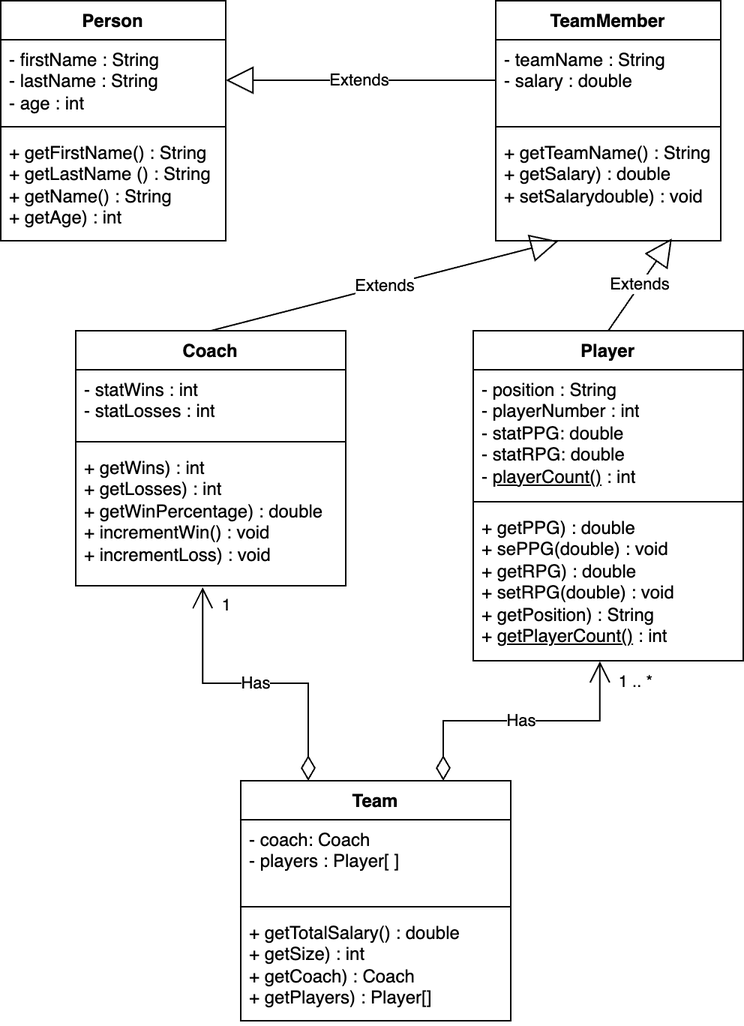
Above: images/uml-02.png in davecheng-tech/Random-Notes (draw.io), before the change. Source tidied: cells renumbered, new cells last; positions are measured from the earlier drawing's top-left corner, leaving out a move shared by most shapes.
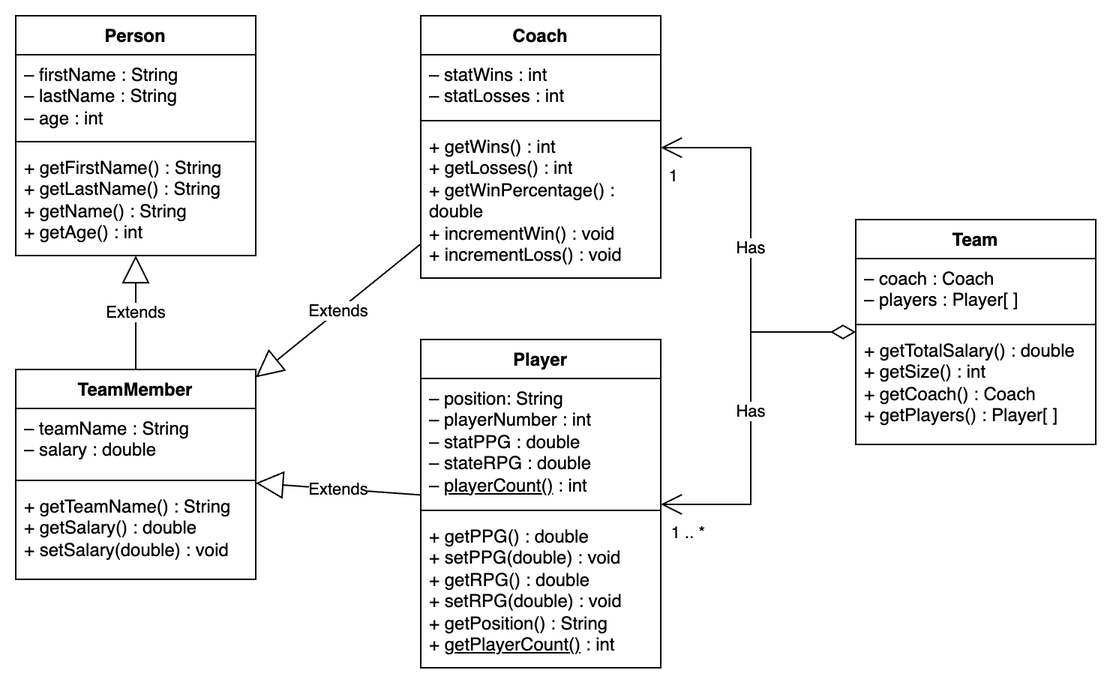
The same diagram one commit later.

Commit message:
Updated example UML diagrams

What changed in the source:
```diff
@@ -1,91 +1,101 @@
 <mxGraphModel>
   <root>
-    <mxCell id="0" />
-    <mxCell id="1" parent="0" />
+    <mxCell id="29" />
+    <mxCell id="30" parent="29" />
-    <mxCell id="2" value="Person" style="swimlane;fontStyle=1;align=center;verticalAlign=top;horizontal=1;startSize=26;whiteSpace=wrap;html=1;" parent="1" vertex="1">
-      <mxGeometry width="150" height="160" as="geometry" />
+    <mxCell id="2" value="Person" style="swimlane;fontStyle=1;align=center;verticalAlign=top;horizontal=1;startSize=26;whiteSpace=wrap;html=1;" parent="30" vertex="1">
+      <mxGeometry x="20" y="80" width="160" height="160" as="geometry" />
     </mxCell>
-    <mxCell id="3" value="&lt;div&gt;- firstName : String&lt;/div&gt;&lt;div&gt;- lastName : String&lt;/div&gt;&lt;div&gt;- age : int&lt;/div&gt;" style="text;strokeColor=none;fillColor=none;align=left;verticalAlign=top;spacingLeft=4;spacingRight=4;overflow=hidden;points=[[0,0.5],[1,0.5]];portConstraint=eastwest;whiteSpace=wrap;html=1;" parent="2" vertex="1">
-      <mxGeometry y="26" width="150" height="54" as="geometry" />
-    </mxCell>
-    <mxCell id="4" style="line;strokeWidth=1;fillColor=none;align=left;verticalAlign=middle;spacingTop=-1;spacingLeft=3;spacingRight=3;labelPosition=right;strokeColor=inherit;" parent="2" vertex="1">
-      <mxGeometry y="80" width="150" height="8" as="geometry" />
-    </mxCell>
-    <mxCell id="5" value="&lt;div&gt;&lt;span style=&quot;background-color: initial;&quot;&gt;+ getFirstName() : String&amp;nbsp;&lt;/span&gt;&lt;/div&gt;&lt;div&gt;&lt;span style=&quot;background-color: initial;&quot;&gt;+ getLastName () : String&amp;nbsp;&lt;/span&gt;&lt;/div&gt;&lt;div&gt;&lt;span style=&quot;background-color: initial;&quot;&gt;+ getName() : String&amp;nbsp;&lt;/span&gt;&lt;/div&gt;&lt;div&gt;&lt;span style=&quot;background-color: initial;&quot;&gt;+ getAge) : int&lt;/span&gt;&lt;/div&gt;" style="text;strokeColor=none;fillColor=none;align=left;verticalAlign=top;spacingLeft=4;spacingRight=4;overflow=hidden;whiteSpace=wrap;html=1;" parent="2" vertex="1">
-      <mxGeometry y="88" width="150" height="72" as="geometry" />
-    </mxCell>
+    <mxCell id="31" value="– firstName : String&lt;div&gt;– lastName : String&lt;/div&gt;&lt;div&gt;– age : int&lt;/div&gt;" style="text;strokeColor=none;fillColor=none;align=left;verticalAlign=top;spacingLeft=4;spacingRight=4;overflow=hidden;whiteSpace=wrap;html=1;" parent="2" vertex="1">
+      <mxGeometry y="26" width="160" height="54" as="geometry" />
+    </mxCell>
+    <mxCell id="32" style="line;strokeWidth=1;fillColor=none;align=left;verticalAlign=middle;spacingTop=-1;spacingLeft=3;spacingRight=3;labelPosition=right;strokeColor=inherit;" parent="2" vertex="1">
+      <mxGeometry y="80" width="160" height="8" as="geometry" />
+    </mxCell>
+    <mxCell id="33" value="+ getFirstName() : String&lt;div&gt;+ getLastName() : String&lt;/div&gt;&lt;div&gt;+ getName() : String&lt;/div&gt;&lt;div&gt;+ getAge() : int&lt;/div&gt;" style="text;strokeColor=none;fillColor=none;align=left;verticalAlign=top;spacingLeft=4;spacingRight=4;overflow=hidden;points=[[0,0.5],[1,0.5]];portConstraint=eastwest;whiteSpace=wrap;html=1;" parent="2" vertex="1">
+      <mxGeometry y="88" width="160" height="72" as="geometry" />
+    </mxCell>
-    <mxCell id="6" value="TeamMember" style="swimlane;fontStyle=1;align=center;verticalAlign=top;horizontal=1;startSize=26;whiteSpace=wrap;html=1;" parent="1" vertex="1">
-      <mxGeometry x="330" width="150" height="160" as="geometry" />
+    <mxCell id="6" value="TeamMember" style="swimlane;fontStyle=1;align=center;verticalAlign=top;horizontal=1;startSize=26;whiteSpace=wrap;html=1;" parent="30" vertex="1">
+      <mxGeometry x="20" y="316" width="160" height="140" as="geometry" />
     </mxCell>
-    <mxCell id="7" value="&lt;div&gt;- teamName : String&lt;/div&gt;&lt;div&gt;- salary : double&lt;/div&gt;" style="text;strokeColor=none;fillColor=none;align=left;verticalAlign=top;spacingLeft=4;spacingRight=4;overflow=hidden;points=[[0,0.5],[1,0.5]];portConstraint=eastwest;whiteSpace=wrap;html=1;" parent="6" vertex="1">
-      <mxGeometry y="26" width="150" height="54" as="geometry" />
-    </mxCell>
-    <mxCell id="8" style="line;strokeWidth=1;fillColor=none;align=left;verticalAlign=middle;spacingTop=-1;spacingLeft=3;spacingRight=3;labelPosition=right;strokeColor=inherit;" parent="6" vertex="1">
-      <mxGeometry y="80" width="150" height="8" as="geometry" />
-    </mxCell>
-    <mxCell id="9" value="+ getTeamName() : String&lt;div&gt;+ getSalary) : double&amp;nbsp;&lt;div&gt;+ setSalarydouble) : void&lt;/div&gt;&lt;/div&gt;" style="text;strokeColor=none;fillColor=none;align=left;verticalAlign=top;spacingLeft=4;spacingRight=4;overflow=hidden;points=[[0,0.5],[1,0.5]];portConstraint=eastwest;whiteSpace=wrap;html=1;" parent="6" vertex="1">
-      <mxGeometry y="88" width="150" height="72" as="geometry" />
-    </mxCell>
+    <mxCell id="34" value="– teamName : String&lt;div&gt;– salary : double&lt;/div&gt;" style="text;strokeColor=none;fillColor=none;align=left;verticalAlign=top;spacingLeft=4;spacingRight=4;overflow=hidden;whiteSpace=wrap;html=1;" parent="6" vertex="1">
+      <mxGeometry y="26" width="160" height="44" as="geometry" />
+    </mxCell>
+    <mxCell id="35" style="line;strokeWidth=1;fillColor=none;align=left;verticalAlign=middle;spacingTop=-1;spacingLeft=3;spacingRight=3;labelPosition=right;strokeColor=inherit;" parent="6" vertex="1">
+      <mxGeometry y="70" width="160" height="8" as="geometry" />
+    </mxCell>
+    <mxCell id="36" value="+ getTeamName() : String&lt;div&gt;+ getSalary() : double&lt;/div&gt;&lt;div&gt;+ setSalary(double) : void&lt;/div&gt;" style="text;strokeColor=none;fillColor=none;align=left;verticalAlign=top;spacingLeft=4;spacingRight=4;overflow=hidden;whiteSpace=wrap;html=1;" parent="6" vertex="1">
+      <mxGeometry y="78" width="160" height="62" as="geometry" />
+    </mxCell>
-    <mxCell id="10" value="Coach" style="swimlane;fontStyle=1;align=center;verticalAlign=top;horizontal=1;startSize=26;whiteSpace=wrap;html=1;" parent="1" vertex="1">
-      <mxGeometry x="50" y="220" width="180" height="170" as="geometry" />
+    <mxCell id="10" value="Coach" style="swimlane;fontStyle=1;align=center;verticalAlign=top;horizontal=1;startSize=26;whiteSpace=wrap;html=1;" parent="30" vertex="1">
+      <mxGeometry x="290" y="80" width="160" height="175" as="geometry" />
     </mxCell>
-    <mxCell id="11" value="&lt;div&gt;- statWins : int&lt;/div&gt;&lt;div&gt;- statLosses : int&lt;/div&gt;" style="text;strokeColor=none;fillColor=none;align=left;verticalAlign=top;spacingLeft=4;spacingRight=4;overflow=hidden;whiteSpace=wrap;html=1;" parent="10" vertex="1">
-      <mxGeometry y="26" width="180" height="44" as="geometry" />
-    </mxCell>
-    <mxCell id="12" style="line;strokeWidth=1;fillColor=none;align=left;verticalAlign=middle;spacingTop=-1;spacingLeft=3;spacingRight=3;labelPosition=right;strokeColor=inherit;" parent="10" vertex="1">
-      <mxGeometry y="70" width="180" height="8" as="geometry" />
-    </mxCell>
-    <mxCell id="13" value="+ getWins) : int&amp;nbsp;&lt;div&gt;+ getLosses) : int&amp;nbsp;&lt;/div&gt;&lt;div&gt;+ getWinPercentage) : double&amp;nbsp;&lt;/div&gt;&lt;div&gt;+ incrementWin() : void&amp;nbsp;&lt;/div&gt;&lt;div&gt;+ incrementLoss) : void&lt;/div&gt;" style="text;strokeColor=none;fillColor=none;align=left;verticalAlign=top;spacingLeft=4;spacingRight=4;overflow=hidden;points=[[0,0.5],[1,0.5]];portConstraint=eastwest;whiteSpace=wrap;html=1;" parent="10" vertex="1">
-      <mxGeometry y="78" width="180" height="92" as="geometry" />
-    </mxCell>
+    <mxCell id="37" value="– statWins : int&lt;div&gt;– statLosses : int&lt;/div&gt;" style="text;strokeColor=none;fillColor=none;align=left;verticalAlign=top;spacingLeft=4;spacingRight=4;overflow=hidden;whiteSpace=wrap;html=1;" parent="10" vertex="1">
+      <mxGeometry y="26" width="160" height="40" as="geometry" />
+    </mxCell>
+    <mxCell id="38" style="line;strokeWidth=1;fillColor=none;align=left;verticalAlign=middle;spacingTop=-1;spacingLeft=3;spacingRight=3;labelPosition=right;strokeColor=inherit;" parent="10" vertex="1">
+      <mxGeometry y="66" width="160" height="8" as="geometry" />
+    </mxCell>
+    <mxCell id="39" value="+ getWins() : int&lt;div&gt;+ getLosses() : int&lt;/div&gt;&lt;div&gt;+ getWinPercentage() : double&lt;/div&gt;&lt;div&gt;+ incrementWin() : void&lt;/div&gt;&lt;div&gt;+ incrementLoss() : void&lt;/div&gt;" style="text;strokeColor=none;fillColor=none;align=left;verticalAlign=top;spacingLeft=4;spacingRight=4;overflow=hidden;whiteSpace=wrap;html=1;" parent="10" vertex="1">
+      <mxGeometry y="74" width="160" height="101" as="geometry" />
+    </mxCell>
-    <mxCell id="14" value="Player" style="swimlane;fontStyle=1;align=center;verticalAlign=top;horizontal=1;startSize=26;whiteSpace=wrap;html=1;" parent="1" vertex="1">
-      <mxGeometry x="315" y="220" width="180" height="220" as="geometry" />
+    <mxCell id="14" value="Player" style="swimlane;fontStyle=1;align=center;verticalAlign=top;horizontal=1;startSize=26;whiteSpace=wrap;html=1;" parent="30" vertex="1">
+      <mxGeometry x="290" y="296" width="160" height="219" as="geometry" />
     </mxCell>
-    <mxCell id="15" value="&lt;div&gt;- position : String&lt;/div&gt;&lt;div&gt;- playerNumber : int&lt;/div&gt;&lt;div&gt;- statPPG: double&lt;/div&gt;&lt;div&gt;- statRPG: double&lt;/div&gt;&lt;div&gt;- &lt;u&gt;playerCount()&lt;/u&gt; : int&lt;/div&gt;" style="text;strokeColor=none;fillColor=none;align=left;verticalAlign=top;spacingLeft=4;spacingRight=4;overflow=hidden;whiteSpace=wrap;html=1;" parent="14" vertex="1">
-      <mxGeometry y="26" width="180" height="84" as="geometry" />
-    </mxCell>
-    <mxCell id="16" style="line;strokeWidth=1;fillColor=none;align=left;verticalAlign=middle;spacingTop=-1;spacingLeft=3;spacingRight=3;labelPosition=right;strokeColor=inherit;" parent="14" vertex="1">
-      <mxGeometry y="110" width="180" height="8" as="geometry" />
-    </mxCell>
-    <mxCell id="17" value="&lt;div&gt;+ getPPG) : double&amp;nbsp;&lt;/div&gt;&lt;div&gt;+ sePPG(double) : void&lt;/div&gt;&lt;div&gt;&lt;span style=&quot;background-color: initial;&quot;&gt;+ getRPG) : double&amp;nbsp;&lt;/span&gt;&lt;/div&gt;&lt;div&gt;&lt;span style=&quot;background-color: initial;&quot;&gt;+ setRPG(double) : void&amp;nbsp;&lt;/span&gt;&lt;/div&gt;&lt;div&gt;&lt;span style=&quot;background-color: initial;&quot;&gt;+ getPosition) : String&lt;/span&gt;&lt;/div&gt;&lt;div&gt;&lt;span style=&quot;background-color: initial;&quot;&gt;+ &lt;u&gt;getPlayerCount()&lt;/u&gt; : int&lt;/span&gt;&lt;/div&gt;" style="text;strokeColor=none;fillColor=none;align=left;verticalAlign=top;spacingLeft=4;spacingRight=4;overflow=hidden;points=[[0,0.5],[1,0.5]];portConstraint=eastwest;whiteSpace=wrap;html=1;" parent="14" vertex="1">
-      <mxGeometry y="118" width="180" height="102" as="geometry" />
-    </mxCell>
+    <mxCell id="40" value="– position: String&lt;div&gt;– playerNumber : int&lt;/div&gt;&lt;div&gt;– statPPG : double&lt;/div&gt;&lt;div&gt;– stateRPG : double&lt;/div&gt;&lt;div&gt;– &lt;u&gt;playerCount()&lt;/u&gt; : int&lt;/div&gt;" style="text;strokeColor=none;fillColor=none;align=left;verticalAlign=top;spacingLeft=4;spacingRight=4;overflow=hidden;whiteSpace=wrap;html=1;" parent="14" vertex="1">
+      <mxGeometry y="26" width="160" height="84" as="geometry" />
+    </mxCell>
+    <mxCell id="41" style="line;strokeWidth=1;fillColor=none;align=left;verticalAlign=middle;spacingTop=-1;spacingLeft=3;spacingRight=3;labelPosition=right;strokeColor=inherit;" parent="14" vertex="1">
+      <mxGeometry y="110" width="160" height="8" as="geometry" />
+    </mxCell>
+    <mxCell id="42" value="+ getPPG() : double&lt;div&gt;+ setPPG(double) : void&lt;/div&gt;&lt;div&gt;+ getRPG() : double&lt;/div&gt;&lt;div&gt;+ setRPG(double) : void&lt;/div&gt;&lt;div&gt;+ getPosition() : String&lt;/div&gt;&lt;div&gt;+ &lt;u&gt;getPlayerCount()&lt;/u&gt; : int&lt;/div&gt;" style="text;strokeColor=none;fillColor=none;align=left;verticalAlign=top;spacingLeft=4;spacingRight=4;overflow=hidden;whiteSpace=wrap;html=1;" parent="14" vertex="1">
+      <mxGeometry y="118" width="160" height="101" as="geometry" />
+    </mxCell>
-    <mxCell id="18" value="Team" style="swimlane;fontStyle=1;align=center;verticalAlign=top;horizontal=1;startSize=26;whiteSpace=wrap;html=1;" parent="1" vertex="1">
-      <mxGeometry x="160" y="520" width="180" height="160" as="geometry" />
+    <mxCell id="18" value="Team" style="swimlane;fontStyle=1;align=center;verticalAlign=top;horizontal=1;startSize=26;whiteSpace=wrap;html=1;" parent="30" vertex="1">
+      <mxGeometry x="580" y="216" width="160" height="150" as="geometry" />
     </mxCell>
-    <mxCell id="19" value="&lt;div&gt;- coach: Coach&lt;/div&gt;&lt;div&gt;- players : Player[ ]&lt;/div&gt;" style="text;strokeColor=none;fillColor=none;align=left;verticalAlign=top;spacingLeft=4;spacingRight=4;overflow=hidden;whiteSpace=wrap;html=1;" parent="18" vertex="1">
-      <mxGeometry y="26" width="180" height="54" as="geometry" />
-    </mxCell>
-    <mxCell id="20" style="line;strokeWidth=1;fillColor=none;align=left;verticalAlign=middle;spacingTop=-1;spacingLeft=3;spacingRight=3;labelPosition=right;strokeColor=inherit;" parent="18" vertex="1">
-      <mxGeometry y="80" width="180" height="8" as="geometry" />
-    </mxCell>
-    <mxCell id="21" value="+ getTotalSalary() : double&amp;nbsp;&lt;div&gt;+ getSize) : int&amp;nbsp;&lt;div&gt;+ getCoach) : Coach&amp;nbsp;&lt;/div&gt;&lt;div&gt;+&lt;span style=&quot;background-color: initial;&quot;&gt;&amp;nbsp;getPlayers) : Player[]&lt;/span&gt;&lt;/div&gt;&lt;/div&gt;" style="text;strokeColor=none;fillColor=none;align=left;verticalAlign=top;spacingLeft=4;spacingRight=4;overflow=hidden;whiteSpace=wrap;html=1;" parent="18" vertex="1">
-      <mxGeometry y="88" width="180" height="72" as="geometry" />
-    </mxCell>
-    <mxCell id="22" value="Extends" style="endArrow=block;endSize=16;endFill=0;html=1;rounded=0;exitX=0;exitY=0.5;exitDx=0;exitDy=0;entryX=1;entryY=0.5;entryDx=0;entryDy=0;" parent="1" edge="1" source="7" target="3">
-      <mxGeometry relative="1" as="geometry" />
-    </mxCell>
-    <mxCell id="23" value="Extends" style="endArrow=block;endSize=16;endFill=0;html=1;rounded=0;entryX=0.278;entryY=1.004;entryDx=0;entryDy=0;entryPerimeter=0;exitX=0.5;exitY=0;exitDx=0;exitDy=0;" parent="1" edge="1" source="10" target="9">
-      <mxGeometry relative="1" as="geometry" />
-    </mxCell>
-    <mxCell id="24" value="Extends" style="endArrow=block;endSize=16;endFill=0;html=1;rounded=0;exitX=0.5;exitY=0;exitDx=0;exitDy=0;entryX=0.783;entryY=0.979;entryDx=0;entryDy=0;entryPerimeter=0;" parent="1" edge="1" source="14" target="9">
-      <mxGeometry relative="1" as="geometry" />
-    </mxCell>
-    <mxCell id="25" value="Has" style="endArrow=open;html=1;endSize=12;startArrow=diamondThin;startSize=14;startFill=0;edgeStyle=orthogonalEdgeStyle;rounded=0;exitX=0.25;exitY=0;exitDx=0;exitDy=0;entryX=0.47;entryY=1.01;entryDx=0;entryDy=0;entryPerimeter=0;" parent="1" edge="1" source="18" target="13">
-      <mxGeometry relative="1" as="geometry" />
-    </mxCell>
+    <mxCell id="43" value="– coach : Coach&lt;div&gt;– players : Player[ ]&lt;/div&gt;" style="text;strokeColor=none;fillColor=none;align=left;verticalAlign=top;spacingLeft=4;spacingRight=4;overflow=hidden;whiteSpace=wrap;html=1;" parent="18" vertex="1">
+      <mxGeometry y="26" width="160" height="40" as="geometry" />
+    </mxCell>
+    <mxCell id="44" style="line;strokeWidth=1;fillColor=none;align=left;verticalAlign=middle;spacingTop=-1;spacingLeft=3;spacingRight=3;labelPosition=right;strokeColor=inherit;" parent="18" vertex="1">
+      <mxGeometry y="66" width="160" height="8" as="geometry" />
+    </mxCell>
+    <mxCell id="45" value="+ getTotalSalary() : double&lt;div&gt;+ getSize() : int&lt;/div&gt;&lt;div&gt;+ getCoach() : Coach&lt;/div&gt;&lt;div&gt;+ getPlayers() : Player[ ]&lt;/div&gt;" style="text;strokeColor=none;fillColor=none;align=left;verticalAlign=top;spacingLeft=4;spacingRight=4;overflow=hidden;whiteSpace=wrap;html=1;" parent="18" vertex="1">
+      <mxGeometry y="74" width="160" height="76" as="geometry" />
+    </mxCell>
+    <mxCell id="46" value="Extends" style="endArrow=block;endSize=16;endFill=0;html=1;rounded=0;exitX=0.5;exitY=0;exitDx=0;exitDy=0;" parent="30" edge="1" source="6" target="33">
+      <mxGeometry relative="1" as="geometry" />
+    </mxCell>
+    <mxCell id="47" value="Extends" style="endArrow=block;endSize=16;endFill=0;html=1;rounded=0;" parent="30" edge="1" source="10" target="6">
+      <mxGeometry relative="1" as="geometry" />
+    </mxCell>
+    <mxCell id="48" value="Extends" style="endArrow=block;endSize=16;endFill=0;html=1;rounded=0;" parent="30" edge="1" source="14" target="6">
+      <mxGeometry relative="1" as="geometry" />
+    </mxCell>
+    <mxCell id="49" value="Has" style="endArrow=open;html=1;endSize=12;startArrow=diamondThin;startSize=14;startFill=0;edgeStyle=orthogonalEdgeStyle;rounded=0;" parent="30" edge="1" source="18" target="14">
+      <mxGeometry relative="1" as="geometry">
+        <Array as="points">
+          <mxPoint x="510" y="291" />
+          <mxPoint x="510" y="406" />
+        </Array>
+      </mxGeometry>
+    </mxCell>
+    <mxCell id="28" value="1 .. *" style="edgeLabel;html=1;align=right;verticalAlign=top;" parent="49" vertex="1">
+      <mxGeometry x="1" relative="1" as="geometry">
+        <mxPoint x="30" y="6" as="offset" />
+      </mxGeometry>
+    </mxCell>
+    <mxCell id="50" value="Has" style="endArrow=open;html=1;endSize=12;startArrow=diamondThin;startSize=14;startFill=0;edgeStyle=orthogonalEdgeStyle;rounded=0;" parent="30" edge="1" source="18" target="10">
+      <mxGeometry relative="1" as="geometry">
+        <Array as="points">
+          <mxPoint x="510" y="291" />
+          <mxPoint x="510" y="168" />
+        </Array>
+      </mxGeometry>
+    </mxCell>
-    <mxCell id="26" value="1" style="edgeLabel;html=1;align=right;verticalAlign=top;" parent="25" vertex="1">
+    <mxCell id="26" value="1" style="edgeLabel;html=1;align=right;verticalAlign=top;" parent="50" vertex="1">
       <mxGeometry x="1" relative="1" as="geometry">
-        <mxPoint x="19" as="offset" />
+        <mxPoint x="13" y="6" as="offset" />
       </mxGeometry>
     </mxCell>
-    <mxCell id="27" value="Has" style="endArrow=open;html=1;endSize=12;startArrow=diamondThin;startSize=14;startFill=0;edgeStyle=orthogonalEdgeStyle;rounded=0;exitX=0.75;exitY=0;exitDx=0;exitDy=0;entryX=0.469;entryY=1.004;entryDx=0;entryDy=0;entryPerimeter=0;" parent="1" edge="1" source="18" target="17">
-      <mxGeometry relative="1" as="geometry" />
-    </mxCell>
-    <mxCell id="28" value="1 .. *" style="edgeLabel;html=1;align=right;verticalAlign=top;" parent="27" vertex="1">
-      <mxGeometry x="1" relative="1" as="geometry">
-        <mxPoint x="35" as="offset" />
-      </mxGeometry>
-    </mxCell>
   </root>
 </mxGraphModel>
```
